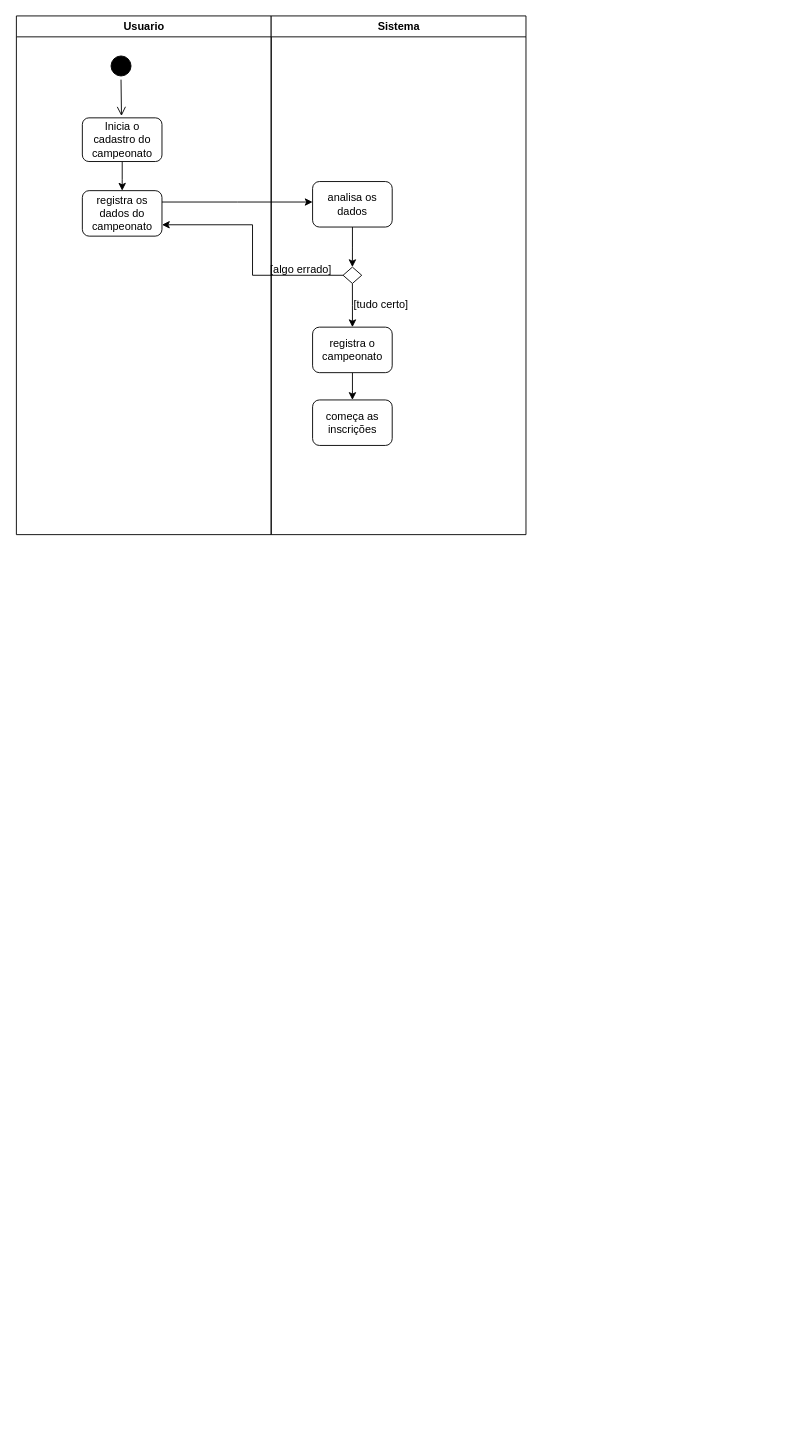
Above: Diagrama sem nome.drawio in Lbr158/Drawio (draw.io), before the change. Source tidied: cells renumbered, new cells numbered last; positions are measured from the earlier drawing's top-left corner, leaving out a move shared by most shapes. Both pictures are drawn from the tidied source at 91%, with x=0, y=0 at pixel (15, 15).
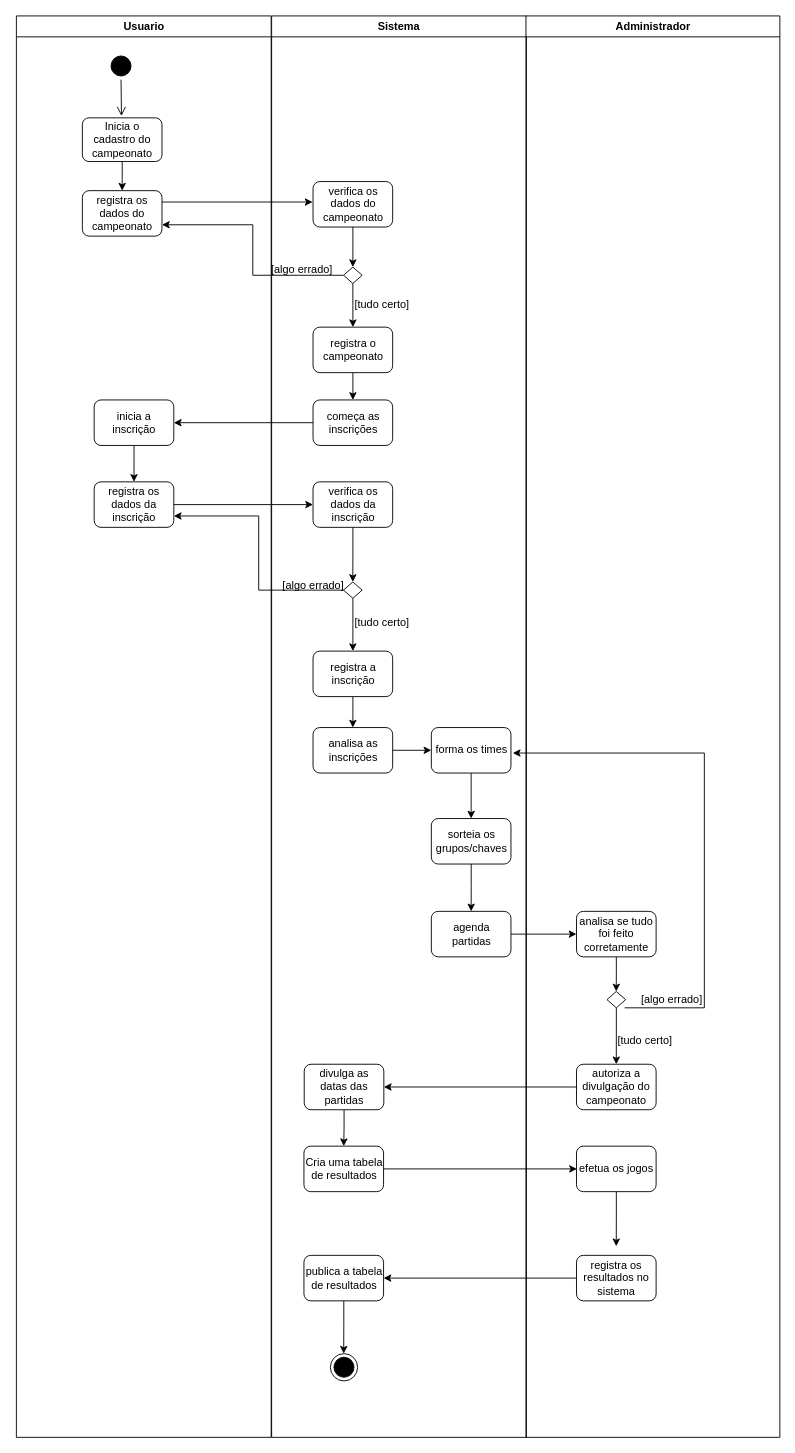
The same page after the edit.

The change refers to these unchanged cells:
```xml
<mxCell id="18" value="começa as inscrições" style="rounded=1;whiteSpace=wrap;html=1;" parent="9" vertex="1">
  <mxGeometry x="45.5" y="422" width="87.5" height="50" as="geometry" />
</mxCell>
```

The edit, as a diff of the source:
```diff
@@
     <mxCell id="2" value="Usuario" style="swimlane;whiteSpace=wrap;" parent="1" vertex="1">
-      <mxGeometry x="0.5" width="280" height="570" as="geometry" />
+      <mxGeometry x="0.5" width="280" height="1562" as="geometry" />
     </mxCell>
@@
+    <mxCell id="20" style="edgeStyle=orthogonalEdgeStyle;rounded=0;jettySize=auto;html=1;entryX=0.5;entryY=0;entryDx=0;entryDy=0;" parent="2" edge="1" source="21" target="22">
+      <mxGeometry relative="1" as="geometry" />
+    </mxCell>
+    <mxCell id="21" value="inicia a inscrição" style="rounded=1;whiteSpace=wrap;html=1;" parent="2" vertex="1">
+      <mxGeometry x="85.5" y="422" width="87.5" height="50" as="geometry" />
+    </mxCell>
+    <mxCell id="22" value="registra os dados da inscrição" style="rounded=1;whiteSpace=wrap;html=1;" parent="2" vertex="1">
+      <mxGeometry x="85.5" y="512" width="87.5" height="50" as="geometry" />
+    </mxCell>
     <mxCell id="9" value="Sistema" style="swimlane;whiteSpace=wrap;" parent="1" vertex="1">
-      <mxGeometry x="280.5" width="280" height="570" as="geometry" />
+      <mxGeometry x="281" width="280" height="1562" as="geometry" />
     </mxCell>
@@
-    <mxCell id="11" value="analisa os dados" style="rounded=1;whiteSpace=wrap;html=1;" parent="9" vertex="1">
+    <mxCell id="11" value="verifica os dados do campeonato" style="rounded=1;whiteSpace=wrap;html=1;" parent="9" vertex="1">
       <mxGeometry x="45.5" y="182" width="87.5" height="50" as="geometry" />
     </mxCell>
@@
+    <mxCell id="23" style="edgeStyle=orthogonalEdgeStyle;rounded=0;jettySize=auto;html=1;" parent="9" edge="1" source="24">
+      <mxGeometry relative="1" as="geometry">
+        <mxPoint x="89.2" y="622" as="targetPoint" />
+      </mxGeometry>
+    </mxCell>
+    <mxCell id="24" value="verifica os dados da inscrição" style="rounded=1;whiteSpace=wrap;html=1;" parent="9" vertex="1">
+      <mxGeometry x="45.5" y="512" width="87.5" height="50" as="geometry" />
+    </mxCell>
+    <mxCell id="25" style="edgeStyle=orthogonalEdgeStyle;rounded=0;jettySize=auto;html=1;entryX=0.5;entryY=0;entryDx=0;entryDy=0;" parent="9" edge="1" source="26" target="29">
+      <mxGeometry relative="1" as="geometry" />
+    </mxCell>
+    <mxCell id="26" style="rhombus;whiteSpace=wrap;html=1;" parent="9" vertex="1">
+      <mxGeometry x="79" y="622" width="20.5" height="18" as="geometry" />
+    </mxCell>
+    <mxCell id="27" value="[algo errado]" style="text;html=1;strokeColor=none;fillColor=none;align=center;verticalAlign=middle;whiteSpace=wrap;rounded=0;" parent="9" vertex="1">
+      <mxGeometry x="10.5" y="611" width="69.5" height="30" as="geometry" />
+    </mxCell>
+    <mxCell id="28" style="edgeStyle=orthogonalEdgeStyle;rounded=0;jettySize=auto;html=1;" parent="9" edge="1" source="29">
+      <mxGeometry relative="1" as="geometry">
+        <mxPoint x="89.2" y="782" as="targetPoint" />
+      </mxGeometry>
+    </mxCell>
+    <mxCell id="29" value="registra a inscrição" style="rounded=1;whiteSpace=wrap;html=1;" parent="9" vertex="1">
+      <mxGeometry x="45.5" y="698" width="87.5" height="50" as="geometry" />
+    </mxCell>
+    <mxCell id="30" value="[tudo certo]" style="text;html=1;strokeColor=none;fillColor=none;align=center;verticalAlign=middle;whiteSpace=wrap;rounded=0;" parent="9" vertex="1">
+      <mxGeometry x="85.5" y="652" width="70.5" height="30" as="geometry" />
+    </mxCell>
+    <mxCell id="31" style="edgeStyle=orthogonalEdgeStyle;rounded=0;jettySize=auto;html=1;entryX=0;entryY=0.5;entryDx=0;entryDy=0;" parent="9" edge="1" source="32" target="34">
+      <mxGeometry relative="1" as="geometry" />
+    </mxCell>
+    <mxCell id="32" value="analisa as inscrições" style="rounded=1;whiteSpace=wrap;html=1;" parent="9" vertex="1">
+      <mxGeometry x="45.5" y="782" width="87.5" height="50" as="geometry" />
+    </mxCell>
+    <mxCell id="33" style="edgeStyle=orthogonalEdgeStyle;rounded=0;jettySize=auto;html=1;" parent="9" edge="1" source="34" target="36">
+      <mxGeometry relative="1" as="geometry" />
+    </mxCell>
+    <mxCell id="34" value="forma os times" style="rounded=1;whiteSpace=wrap;html=1;" parent="9" vertex="1">
+      <mxGeometry x="175.5" y="782" width="87.5" height="50" as="geometry" />
+    </mxCell>
+    <mxCell id="35" style="edgeStyle=orthogonalEdgeStyle;rounded=0;jettySize=auto;html=1;entryX=0.5;entryY=0;entryDx=0;entryDy=0;" parent="9" edge="1" source="36" target="37">
+      <mxGeometry relative="1" as="geometry" />
+    </mxCell>
+    <mxCell id="36" value="sorteia os grupos/chaves" style="rounded=1;whiteSpace=wrap;html=1;" parent="9" vertex="1">
+      <mxGeometry x="175.5" y="882" width="87.5" height="50" as="geometry" />
+    </mxCell>
+    <mxCell id="37" value="agenda partidas" style="rounded=1;whiteSpace=wrap;html=1;" parent="9" vertex="1">
+      <mxGeometry x="175.5" y="984" width="87.5" height="50" as="geometry" />
+    </mxCell>
+    <mxCell id="38" style="edgeStyle=orthogonalEdgeStyle;rounded=0;jettySize=auto;html=1;entryX=0.5;entryY=0;entryDx=0;entryDy=0;" parent="9" edge="1" source="39" target="41">
+      <mxGeometry relative="1" as="geometry" />
+    </mxCell>
+    <mxCell id="39" value="divulga as datas das partidas" style="rounded=1;whiteSpace=wrap;html=1;" parent="9" vertex="1">
+      <mxGeometry x="35.8" y="1152" width="87.5" height="50" as="geometry" />
+    </mxCell>
+    <mxCell id="40" style="edgeStyle=orthogonalEdgeStyle;rounded=0;jettySize=auto;html=1;" parent="9" edge="1" source="41">
+      <mxGeometry relative="1" as="geometry">
+        <mxPoint x="335.5" y="1267" as="targetPoint" />
+      </mxGeometry>
+    </mxCell>
+    <mxCell id="41" value="Cria uma tabela de resultados" style="rounded=1;whiteSpace=wrap;html=1;" parent="9" vertex="1">
+      <mxGeometry x="35.5" y="1242" width="87.5" height="50" as="geometry" />
+    </mxCell>
+    <mxCell id="42" style="edgeStyle=orthogonalEdgeStyle;rounded=0;jettySize=auto;html=1;" parent="9" edge="1" source="43">
+      <mxGeometry relative="1" as="geometry">
+        <mxPoint x="79.2" y="1470" as="targetPoint" />
+      </mxGeometry>
+    </mxCell>
+    <mxCell id="43" value="publica a tabela de resultados" style="rounded=1;whiteSpace=wrap;html=1;" parent="9" vertex="1">
+      <mxGeometry x="35.5" y="1362" width="87.5" height="50" as="geometry" />
+    </mxCell>
+    <mxCell id="44" style="ellipse;html=1;shape=endState;fillColor=#000000;strokeColor=#000000;" parent="9" vertex="1">
+      <mxGeometry x="64.5" y="1470" width="30" height="30" as="geometry" />
+    </mxCell>
@@
+    <mxCell id="45" style="edgeStyle=orthogonalEdgeStyle;rounded=0;jettySize=auto;html=1;" parent="1" edge="1" source="18" target="21">
+      <mxGeometry relative="1" as="geometry" />
+    </mxCell>
+    <mxCell id="46" style="edgeStyle=orthogonalEdgeStyle;rounded=0;jettySize=auto;html=1;" parent="1" edge="1" source="22" target="24">
+      <mxGeometry relative="1" as="geometry" />
+    </mxCell>
+    <mxCell id="47" style="edgeStyle=orthogonalEdgeStyle;rounded=0;jettySize=auto;html=1;entryX=1;entryY=0.75;entryDx=0;entryDy=0;" parent="1" edge="1" source="26" target="22">
+      <mxGeometry relative="1" as="geometry" />
+    </mxCell>
+    <mxCell id="48" value="Administrador" style="swimlane;whiteSpace=wrap;html=1;" parent="1" vertex="1">
+      <mxGeometry x="560.5" width="279" height="1562" as="geometry" />
+    </mxCell>
+    <mxCell id="49" style="edgeStyle=orthogonalEdgeStyle;rounded=0;jettySize=auto;html=1;" parent="48" edge="1" source="50">
+      <mxGeometry relative="1" as="geometry">
+        <mxPoint x="99.2" y="1072" as="targetPoint" />
+      </mxGeometry>
+    </mxCell>
+    <mxCell id="50" value="analisa se tudo foi feito corretamente" style="rounded=1;whiteSpace=wrap;html=1;" parent="48" vertex="1">
+      <mxGeometry x="55.5" y="984" width="87.5" height="50" as="geometry" />
+    </mxCell>
+    <mxCell id="51" style="edgeStyle=orthogonalEdgeStyle;rounded=0;orthogonalLoop=1;jettySize=auto;html=1;" parent="48" edge="1">
+      <mxGeometry relative="1" as="geometry">
+        <mxPoint x="108.4" y="1090" as="sourcePoint" />
+        <mxPoint x="-14.5" y="810" as="targetPoint" />
+        <Array as="points">
+          <mxPoint x="196" y="1090" />
+          <mxPoint x="196" y="810" />
+        </Array>
+      </mxGeometry>
+    </mxCell>
+    <mxCell id="52" style="edgeStyle=orthogonalEdgeStyle;rounded=0;jettySize=auto;html=1;entryX=0.5;entryY=0;entryDx=0;entryDy=0;" parent="48" edge="1" source="53" target="55">
+      <mxGeometry relative="1" as="geometry" />
+    </mxCell>
+    <mxCell id="53" style="rhombus;whiteSpace=wrap;html=1;" parent="48" vertex="1">
+      <mxGeometry x="89" y="1072" width="20.5" height="18" as="geometry" />
+    </mxCell>
+    <mxCell id="54" value="[algo errado]" style="text;html=1;strokeColor=none;fillColor=none;align=center;verticalAlign=middle;whiteSpace=wrap;rounded=0;" parent="48" vertex="1">
+      <mxGeometry x="125.5" y="1066" width="69.5" height="30" as="geometry" />
+    </mxCell>
+    <mxCell id="55" value="autoriza a divulgação do campeonato" style="rounded=1;whiteSpace=wrap;html=1;" parent="48" vertex="1">
+      <mxGeometry x="55.5" y="1152" width="87.5" height="50" as="geometry" />
+    </mxCell>
+    <mxCell id="56" value="[tudo certo]" style="text;html=1;strokeColor=none;fillColor=none;align=center;verticalAlign=middle;whiteSpace=wrap;rounded=0;" parent="48" vertex="1">
+      <mxGeometry x="95.5" y="1111" width="70.5" height="30" as="geometry" />
+    </mxCell>
+    <mxCell id="57" style="edgeStyle=orthogonalEdgeStyle;rounded=0;jettySize=auto;html=1;" parent="48" edge="1" source="58">
+      <mxGeometry relative="1" as="geometry">
+        <mxPoint x="99.2" y="1352" as="targetPoint" />
+      </mxGeometry>
+    </mxCell>
+    <mxCell id="58" value="efetua os jogos" style="rounded=1;whiteSpace=wrap;html=1;" parent="48" vertex="1">
+      <mxGeometry x="55.5" y="1242" width="87.5" height="50" as="geometry" />
+    </mxCell>
+    <mxCell id="59" value="registra os resultados no sistema" style="rounded=1;whiteSpace=wrap;html=1;" parent="48" vertex="1">
+      <mxGeometry x="55.5" y="1362" width="87.5" height="50" as="geometry" />
+    </mxCell>
+    <mxCell id="60" style="edgeStyle=orthogonalEdgeStyle;rounded=0;jettySize=auto;html=1;entryX=0;entryY=0.5;entryDx=0;entryDy=0;" parent="1" edge="1" source="37" target="50">
+      <mxGeometry relative="1" as="geometry" />
+    </mxCell>
+    <mxCell id="61" style="edgeStyle=orthogonalEdgeStyle;rounded=0;jettySize=auto;html=1;entryX=1;entryY=0.5;entryDx=0;entryDy=0;" parent="1" edge="1" source="55" target="39">
+      <mxGeometry relative="1" as="geometry" />
+    </mxCell>
+    <mxCell id="62" style="edgeStyle=orthogonalEdgeStyle;rounded=0;jettySize=auto;html=1;" parent="1" edge="1" source="59" target="43">
+      <mxGeometry relative="1" as="geometry" />
+    </mxCell>
```
